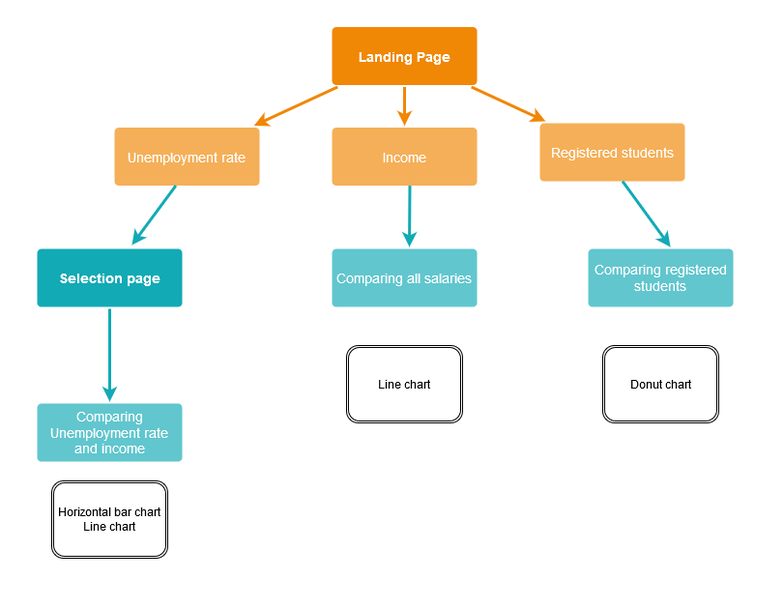
Moonwalker-CE/NextStep keeps this draw.io diagram as images/Untitled Diagram.png. Above is the earlier version. Source tidied: cells renumbered, new cells last; positions are measured from the earlier drawing's top-left corner, leaving out a move shared by most shapes. Its diagram source:
```xml
<mxGraphModel background="#ffffff">
  <root>
    <mxCell id="0" />
    <mxCell id="1" parent="0" />
    <mxCell id="2" value="Landing Page" style="rounded=1;whiteSpace=wrap;html=1;shadow=0;labelBackgroundColor=none;strokeColor=none;strokeWidth=3;fillColor=#F08705;fontFamily=Helvetica;fontSize=14;fontColor=#FFFFFF;align=center;spacing=5;fontStyle=1;arcSize=7;perimeterSpacing=2;" parent="1" vertex="1">
      <mxGeometry x="305" y="0.5" width="150" height="60" as="geometry" />
    </mxCell>
    <mxCell id="3" value="Registered students" style="rounded=1;whiteSpace=wrap;html=1;shadow=0;labelBackgroundColor=none;strokeColor=none;strokeWidth=3;fillColor=#f5af58;fontFamily=Helvetica;fontSize=14;fontColor=#FFFFFF;align=center;spacing=5;arcSize=7;perimeterSpacing=2;" parent="1" vertex="1">
      <mxGeometry x="520" y="100" width="150" height="60" as="geometry" />
    </mxCell>
    <mxCell id="4" style="edgeStyle=none;rounded=0;jumpStyle=none;html=1;shadow=0;labelBackgroundColor=none;startArrow=none;startFill=0;endArrow=classic;endFill=1;jettySize=auto;strokeColor=#F08705;strokeWidth=3;fontFamily=Helvetica;fontSize=14;fontColor=#FFFFFF;spacing=5;" parent="1" edge="1" source="2" target="3">
      <mxGeometry relative="1" as="geometry" />
    </mxCell>
    <mxCell id="5" value="Income" style="rounded=1;whiteSpace=wrap;html=1;shadow=0;labelBackgroundColor=none;strokeColor=none;strokeWidth=3;fillColor=#f5af58;fontFamily=Helvetica;fontSize=14;fontColor=#FFFFFF;align=center;spacing=5;arcSize=7;perimeterSpacing=2;" parent="1" vertex="1">
      <mxGeometry x="305" y="104.5" width="150" height="60" as="geometry" />
    </mxCell>
    <mxCell id="6" style="edgeStyle=none;rounded=0;jumpStyle=none;html=1;shadow=0;labelBackgroundColor=none;startArrow=none;startFill=0;endArrow=classic;endFill=1;jettySize=auto;strokeColor=#F08705;strokeWidth=3;fontFamily=Helvetica;fontSize=14;fontColor=#FFFFFF;spacing=5;" parent="1" edge="1" source="2" target="5">
      <mxGeometry relative="1" as="geometry" />
    </mxCell>
    <mxCell id="7" value="Unemployment rate" style="rounded=1;whiteSpace=wrap;html=1;shadow=0;labelBackgroundColor=none;strokeColor=none;strokeWidth=3;fillColor=#f5af58;fontFamily=Helvetica;fontSize=14;fontColor=#FFFFFF;align=center;spacing=5;arcSize=7;perimeterSpacing=2;" parent="1" vertex="1">
      <mxGeometry x="80" y="104.5" width="150" height="60" as="geometry" />
    </mxCell>
    <mxCell id="8" style="edgeStyle=none;rounded=0;jumpStyle=none;html=1;shadow=0;labelBackgroundColor=none;startArrow=none;startFill=0;endArrow=classic;endFill=1;jettySize=auto;strokeColor=#F08705;strokeWidth=3;fontFamily=Helvetica;fontSize=14;fontColor=#FFFFFF;spacing=5;" parent="1" edge="1" source="2" target="7">
      <mxGeometry relative="1" as="geometry" />
    </mxCell>
    <mxCell id="9" value="Selection page" style="rounded=1;whiteSpace=wrap;html=1;shadow=0;labelBackgroundColor=none;strokeColor=none;strokeWidth=3;fillColor=#12aab5;fontFamily=Helvetica;fontSize=14;fontColor=#FFFFFF;align=center;spacing=5;fontStyle=1;arcSize=7;perimeterSpacing=2;" parent="1" vertex="1">
      <mxGeometry y="230" width="150" height="60" as="geometry" />
    </mxCell>
    <mxCell id="10" value="Comparing Unemployment rate and income" style="rounded=1;whiteSpace=wrap;html=1;shadow=0;labelBackgroundColor=none;strokeColor=none;strokeWidth=3;fillColor=#61c6ce;fontFamily=Helvetica;fontSize=14;fontColor=#FFFFFF;align=center;spacing=5;fontStyle=0;arcSize=7;perimeterSpacing=2;" parent="1" vertex="1">
      <mxGeometry y="390" width="150" height="60" as="geometry" />
    </mxCell>
    <mxCell id="11" style="edgeStyle=none;rounded=1;jumpStyle=none;html=1;shadow=0;labelBackgroundColor=none;startArrow=none;startFill=0;jettySize=auto;strokeColor=#12AAB5;strokeWidth=3;fontFamily=Helvetica;fontSize=14;fontColor=#FFFFFF;spacing=5;fontStyle=1;fillColor=#b0e3e6;" parent="1" edge="1" source="9" target="10">
      <mxGeometry relative="1" as="geometry" />
    </mxCell>
    <mxCell id="12" style="edgeStyle=none;rounded=1;jumpStyle=none;html=1;shadow=0;labelBackgroundColor=none;startArrow=none;startFill=0;jettySize=auto;strokeColor=#12AAB5;strokeWidth=3;fontFamily=Helvetica;fontSize=14;fontColor=#FFFFFF;spacing=5;fontStyle=1;fillColor=#b0e3e6;entryX=0.649;entryY=-0.031;entryDx=0;entryDy=0;entryPerimeter=0;" parent="1" edge="1" target="9">
      <mxGeometry relative="1" as="geometry">
        <mxPoint x="143.4" y="164.5" as="sourcePoint" />
      </mxGeometry>
    </mxCell>
    <mxCell id="13" value="Comparing all salaries " style="rounded=1;whiteSpace=wrap;html=1;shadow=0;labelBackgroundColor=none;strokeColor=none;strokeWidth=3;fillColor=#61c6ce;fontFamily=Helvetica;fontSize=14;fontColor=#FFFFFF;align=center;spacing=5;fontStyle=0;arcSize=7;perimeterSpacing=2;" parent="1" vertex="1">
      <mxGeometry x="305" y="230" width="150" height="60" as="geometry" />
    </mxCell>
    <mxCell id="14" value="Comparing registered students" style="rounded=1;whiteSpace=wrap;html=1;shadow=0;labelBackgroundColor=none;strokeColor=none;strokeWidth=3;fillColor=#61c6ce;fontFamily=Helvetica;fontSize=14;fontColor=#FFFFFF;align=center;spacing=5;fontStyle=0;arcSize=7;perimeterSpacing=2;" parent="1" vertex="1">
      <mxGeometry x="570" y="230" width="150" height="60" as="geometry" />
    </mxCell>
    <mxCell id="15" style="edgeStyle=none;rounded=1;jumpStyle=none;html=1;shadow=0;labelBackgroundColor=none;startArrow=none;startFill=0;jettySize=auto;orthogonalLoop=1;strokeColor=#12AAB5;strokeWidth=3;fontFamily=Helvetica;fontSize=14;fontColor=#FFFFFF;spacing=5;fontStyle=1;fillColor=#b0e3e6;" parent="1" edge="1">
      <mxGeometry relative="1" as="geometry">
        <mxPoint x="385.5" y="164.5" as="sourcePoint" />
        <mxPoint x="385" y="228" as="targetPoint" />
      </mxGeometry>
    </mxCell>
    <mxCell id="16" style="edgeStyle=none;rounded=1;jumpStyle=none;html=1;shadow=0;labelBackgroundColor=none;startArrow=none;startFill=0;jettySize=auto;strokeColor=#12AAB5;strokeWidth=3;fontFamily=Helvetica;fontSize=14;fontColor=#FFFFFF;spacing=5;fontStyle=1;fillColor=#b0e3e6;entryX=0.565;entryY=0;entryDx=0;entryDy=0;entryPerimeter=0;" parent="1" edge="1" target="14">
      <mxGeometry relative="1" as="geometry">
        <mxPoint x="605.5" y="160" as="sourcePoint" />
      </mxGeometry>
    </mxCell>
    <mxCell id="17" value="&lt;div&gt;Horizontal bar chart&lt;/div&gt;&lt;div&gt;Line chart&lt;br&gt;&lt;/div&gt;" style="shape=ext;double=1;rounded=1;whiteSpace=wrap;html=1;" parent="1" vertex="1">
      <mxGeometry x="15" y="470" width="120" height="80" as="geometry" />
    </mxCell>
    <mxCell id="18" value="Line chart" style="shape=ext;double=1;rounded=1;whiteSpace=wrap;html=1;" parent="1" vertex="1">
      <mxGeometry x="320" y="330" width="120" height="80" as="geometry" />
    </mxCell>
    <mxCell id="19" value="Donut chart" style="shape=ext;double=1;rounded=1;whiteSpace=wrap;html=1;" parent="1" vertex="1">
      <mxGeometry x="585" y="330" width="120" height="80" as="geometry" />
    </mxCell>
  </root>
</mxGraphModel>
```
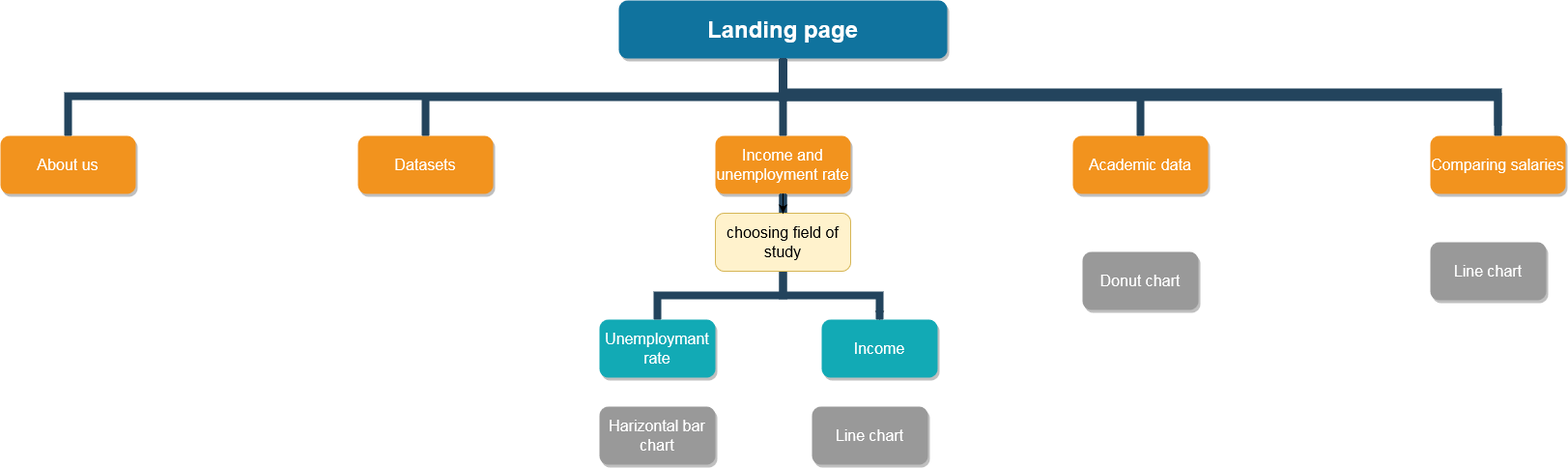
The same diagram one commit later.

The edit, as a diff of the source:
```diff
@@ -2,66 +2,86 @@
   <root>
     <mxCell id="0" />
     <mxCell id="1" parent="0" />
-    <mxCell id="2" value="Landing Page" style="rounded=1;whiteSpace=wrap;html=1;shadow=0;labelBackgroundColor=none;strokeColor=none;strokeWidth=3;fillColor=#F08705;fontFamily=Helvetica;fontSize=14;fontColor=#FFFFFF;align=center;spacing=5;fontStyle=1;arcSize=7;perimeterSpacing=2;" parent="1" vertex="1">
-      <mxGeometry x="305" y="0.5" width="150" height="60" as="geometry" />
-    </mxCell>
-    <mxCell id="3" value="Registered students" style="rounded=1;whiteSpace=wrap;html=1;shadow=0;labelBackgroundColor=none;strokeColor=none;strokeWidth=3;fillColor=#f5af58;fontFamily=Helvetica;fontSize=14;fontColor=#FFFFFF;align=center;spacing=5;arcSize=7;perimeterSpacing=2;" parent="1" vertex="1">
-      <mxGeometry x="520" y="100" width="150" height="60" as="geometry" />
-    </mxCell>
-    <mxCell id="4" style="edgeStyle=none;rounded=0;jumpStyle=none;html=1;shadow=0;labelBackgroundColor=none;startArrow=none;startFill=0;endArrow=classic;endFill=1;jettySize=auto;strokeColor=#F08705;strokeWidth=3;fontFamily=Helvetica;fontSize=14;fontColor=#FFFFFF;spacing=5;" parent="1" edge="1" source="2" target="3">
-      <mxGeometry relative="1" as="geometry" />
-    </mxCell>
+    <mxCell id="20" value="Landing page" style="whiteSpace=wrap;rounded=1;shadow=1;fillColor=#10739E;strokeColor=none;fontColor=#FFFFFF;fontStyle=1;fontSize=24;" parent="1" vertex="1">
+      <mxGeometry x="610" y="-170" width="340" height="60" as="geometry" />
+    </mxCell>
+    <mxCell id="21" value="About us" style="whiteSpace=wrap;rounded=1;fillColor=#F2931E;strokeColor=none;shadow=1;fontColor=#FFFFFF;fontStyle=0;fontSize=16;" parent="1" vertex="1">
+      <mxGeometry x="-30" y="-30" width="140" height="60" as="geometry" />
+    </mxCell>
+    <mxCell id="22" value="Datasets" style="whiteSpace=wrap;rounded=1;fillColor=#F2931E;strokeColor=none;shadow=1;fontColor=#FFFFFF;fontStyle=0;fontSize=16;" parent="1" vertex="1">
+      <mxGeometry x="340" y="-30" width="140" height="60" as="geometry" />
+    </mxCell>
+    <mxCell id="23" style="edgeStyle=orthogonalEdgeStyle;rounded=0;jettySize=auto;html=1;fontSize=16;fontStyle=0;" parent="1" edge="1" source="41" target="5">
+      <mxGeometry relative="1" as="geometry" />
+    </mxCell>
+    <mxCell id="24" value="Income and unemployment rate" style="whiteSpace=wrap;rounded=1;fillColor=#F2931E;strokeColor=none;shadow=1;fontColor=#FFFFFF;fontStyle=0;fontSize=16;" parent="1" vertex="1">
+      <mxGeometry x="710" y="-30" width="140" height="60" as="geometry" />
+    </mxCell>
+    <mxCell id="25" value="Academic data" style="whiteSpace=wrap;rounded=1;fillColor=#F2931E;strokeColor=none;shadow=1;fontColor=#FFFFFF;fontStyle=0;fontSize=16;" parent="1" vertex="1">
+      <mxGeometry x="1080" y="-30" width="140" height="60" as="geometry" />
+    </mxCell>
+    <mxCell id="26" value="Comparing salaries" style="whiteSpace=wrap;rounded=1;fillColor=#F2931E;strokeColor=none;shadow=1;fontColor=#FFFFFF;fontStyle=0;fontSize=16;" parent="1" vertex="1">
+      <mxGeometry x="1450" y="-30" width="140" height="60" as="geometry" />
+    </mxCell>
+    <mxCell id="27" value="Unemploymant rate" style="whiteSpace=wrap;rounded=1;fillColor=#12AAB5;strokeColor=none;shadow=1;fontColor=#FFFFFF;fontSize=16;fontStyle=0;" parent="1" vertex="1">
+      <mxGeometry x="590" y="160" width="120" height="60" as="geometry" />
+    </mxCell>
-    <mxCell id="5" value="Income" style="rounded=1;whiteSpace=wrap;html=1;shadow=0;labelBackgroundColor=none;strokeColor=none;strokeWidth=3;fillColor=#f5af58;fontFamily=Helvetica;fontSize=14;fontColor=#FFFFFF;align=center;spacing=5;arcSize=7;perimeterSpacing=2;" parent="1" vertex="1">
-      <mxGeometry x="305" y="104.5" width="150" height="60" as="geometry" />
+    <mxCell id="5" value="Income" style="whiteSpace=wrap;rounded=1;fillColor=#12AAB5;strokeColor=none;shadow=1;fontColor=#FFFFFF;fontSize=16;fontStyle=0;" parent="1" vertex="1">
+      <mxGeometry x="820" y="160" width="120" height="60" as="geometry" />
     </mxCell>
-    <mxCell id="6" style="edgeStyle=none;rounded=0;jumpStyle=none;html=1;shadow=0;labelBackgroundColor=none;startArrow=none;startFill=0;endArrow=classic;endFill=1;jettySize=auto;strokeColor=#F08705;strokeWidth=3;fontFamily=Helvetica;fontSize=14;fontColor=#FFFFFF;spacing=5;" parent="1" edge="1" source="2" target="5">
-      <mxGeometry relative="1" as="geometry" />
-    </mxCell>
-    <mxCell id="7" value="Unemployment rate" style="rounded=1;whiteSpace=wrap;html=1;shadow=0;labelBackgroundColor=none;strokeColor=none;strokeWidth=3;fillColor=#f5af58;fontFamily=Helvetica;fontSize=14;fontColor=#FFFFFF;align=center;spacing=5;arcSize=7;perimeterSpacing=2;" parent="1" vertex="1">
-      <mxGeometry x="80" y="104.5" width="150" height="60" as="geometry" />
-    </mxCell>
-    <mxCell id="8" style="edgeStyle=none;rounded=0;jumpStyle=none;html=1;shadow=0;labelBackgroundColor=none;startArrow=none;startFill=0;endArrow=classic;endFill=1;jettySize=auto;strokeColor=#F08705;strokeWidth=3;fontFamily=Helvetica;fontSize=14;fontColor=#FFFFFF;spacing=5;" parent="1" edge="1" source="2" target="7">
-      <mxGeometry relative="1" as="geometry" />
-    </mxCell>
-    <mxCell id="9" value="Selection page" style="rounded=1;whiteSpace=wrap;html=1;shadow=0;labelBackgroundColor=none;strokeColor=none;strokeWidth=3;fillColor=#12aab5;fontFamily=Helvetica;fontSize=14;fontColor=#FFFFFF;align=center;spacing=5;fontStyle=1;arcSize=7;perimeterSpacing=2;" parent="1" vertex="1">
-      <mxGeometry y="230" width="150" height="60" as="geometry" />
-    </mxCell>
-    <mxCell id="10" value="Comparing Unemployment rate and income" style="rounded=1;whiteSpace=wrap;html=1;shadow=0;labelBackgroundColor=none;strokeColor=none;strokeWidth=3;fillColor=#61c6ce;fontFamily=Helvetica;fontSize=14;fontColor=#FFFFFF;align=center;spacing=5;fontStyle=0;arcSize=7;perimeterSpacing=2;" parent="1" vertex="1">
-      <mxGeometry y="390" width="150" height="60" as="geometry" />
-    </mxCell>
-    <mxCell id="11" style="edgeStyle=none;rounded=1;jumpStyle=none;html=1;shadow=0;labelBackgroundColor=none;startArrow=none;startFill=0;jettySize=auto;strokeColor=#12AAB5;strokeWidth=3;fontFamily=Helvetica;fontSize=14;fontColor=#FFFFFF;spacing=5;fontStyle=1;fillColor=#b0e3e6;" parent="1" edge="1" source="9" target="10">
-      <mxGeometry relative="1" as="geometry" />
-    </mxCell>
-    <mxCell id="12" style="edgeStyle=none;rounded=1;jumpStyle=none;html=1;shadow=0;labelBackgroundColor=none;startArrow=none;startFill=0;jettySize=auto;strokeColor=#12AAB5;strokeWidth=3;fontFamily=Helvetica;fontSize=14;fontColor=#FFFFFF;spacing=5;fontStyle=1;fillColor=#b0e3e6;entryX=0.649;entryY=-0.031;entryDx=0;entryDy=0;entryPerimeter=0;" parent="1" edge="1" target="9">
-      <mxGeometry relative="1" as="geometry">
-        <mxPoint x="143.4" y="164.5" as="sourcePoint" />
-      </mxGeometry>
-    </mxCell>
-    <mxCell id="13" value="Comparing all salaries " style="rounded=1;whiteSpace=wrap;html=1;shadow=0;labelBackgroundColor=none;strokeColor=none;strokeWidth=3;fillColor=#61c6ce;fontFamily=Helvetica;fontSize=14;fontColor=#FFFFFF;align=center;spacing=5;fontStyle=0;arcSize=7;perimeterSpacing=2;" parent="1" vertex="1">
-      <mxGeometry x="305" y="230" width="150" height="60" as="geometry" />
-    </mxCell>
-    <mxCell id="14" value="Comparing registered students" style="rounded=1;whiteSpace=wrap;html=1;shadow=0;labelBackgroundColor=none;strokeColor=none;strokeWidth=3;fillColor=#61c6ce;fontFamily=Helvetica;fontSize=14;fontColor=#FFFFFF;align=center;spacing=5;fontStyle=0;arcSize=7;perimeterSpacing=2;" parent="1" vertex="1">
-      <mxGeometry x="570" y="230" width="150" height="60" as="geometry" />
-    </mxCell>
-    <mxCell id="15" style="edgeStyle=none;rounded=1;jumpStyle=none;html=1;shadow=0;labelBackgroundColor=none;startArrow=none;startFill=0;jettySize=auto;orthogonalLoop=1;strokeColor=#12AAB5;strokeWidth=3;fontFamily=Helvetica;fontSize=14;fontColor=#FFFFFF;spacing=5;fontStyle=1;fillColor=#b0e3e6;" parent="1" edge="1">
-      <mxGeometry relative="1" as="geometry">
-        <mxPoint x="385.5" y="164.5" as="sourcePoint" />
-        <mxPoint x="385" y="228" as="targetPoint" />
-      </mxGeometry>
-    </mxCell>
-    <mxCell id="16" style="edgeStyle=none;rounded=1;jumpStyle=none;html=1;shadow=0;labelBackgroundColor=none;startArrow=none;startFill=0;jettySize=auto;strokeColor=#12AAB5;strokeWidth=3;fontFamily=Helvetica;fontSize=14;fontColor=#FFFFFF;spacing=5;fontStyle=1;fillColor=#b0e3e6;entryX=0.565;entryY=0;entryDx=0;entryDy=0;entryPerimeter=0;" parent="1" edge="1" target="14">
-      <mxGeometry relative="1" as="geometry">
-        <mxPoint x="605.5" y="160" as="sourcePoint" />
-      </mxGeometry>
-    </mxCell>
-    <mxCell id="17" value="&lt;div&gt;Horizontal bar chart&lt;/div&gt;&lt;div&gt;Line chart&lt;br&gt;&lt;/div&gt;" style="shape=ext;double=1;rounded=1;whiteSpace=wrap;html=1;" parent="1" vertex="1">
-      <mxGeometry x="15" y="470" width="120" height="80" as="geometry" />
-    </mxCell>
-    <mxCell id="18" value="Line chart" style="shape=ext;double=1;rounded=1;whiteSpace=wrap;html=1;" parent="1" vertex="1">
-      <mxGeometry x="320" y="330" width="120" height="80" as="geometry" />
-    </mxCell>
+    <mxCell id="28" value="Harizontal bar chart" style="whiteSpace=wrap;rounded=1;fillColor=#999999;strokeColor=none;shadow=1;fontColor=#FFFFFF;fontStyle=0;fontSize=16;" parent="1" vertex="1">
+      <mxGeometry x="590" y="250" width="120" height="60" as="geometry" />
+    </mxCell>
+    <mxCell id="29" value="Line chart" style="whiteSpace=wrap;rounded=1;fillColor=#999999;strokeColor=none;shadow=1;fontColor=#FFFFFF;fontStyle=0;fontSize=16;" parent="1" vertex="1">
+      <mxGeometry x="810" y="250" width="120" height="60" as="geometry" />
+    </mxCell>
-    <mxCell id="19" value="Donut chart" style="shape=ext;double=1;rounded=1;whiteSpace=wrap;html=1;" parent="1" vertex="1">
-      <mxGeometry x="585" y="330" width="120" height="80" as="geometry" />
+    <mxCell id="19" value="Donut chart" style="whiteSpace=wrap;rounded=1;fillColor=#999999;strokeColor=none;shadow=1;fontColor=#FFFFFF;fontStyle=0;fontSize=16;" parent="1" vertex="1">
+      <mxGeometry x="1090" y="90" width="120" height="60" as="geometry" />
     </mxCell>
+    <mxCell id="30" value="Line chart" style="whiteSpace=wrap;rounded=1;fillColor=#999999;strokeColor=none;shadow=1;fontColor=#FFFFFF;fontStyle=0;fontSize=16;" parent="1" vertex="1">
+      <mxGeometry x="1450" y="80" width="120" height="60" as="geometry" />
+    </mxCell>
+    <mxCell id="31" style="edgeStyle=elbowEdgeStyle;elbow=vertical;rounded=0;fontColor=#000000;endArrow=none;endFill=0;strokeWidth=8;strokeColor=#23445D;fontSize=16;fontStyle=0;" parent="1" edge="1" source="41" target="27">
+      <mxGeometry relative="1" as="geometry" />
+    </mxCell>
+    <mxCell id="32" style="edgeStyle=elbowEdgeStyle;elbow=vertical;rounded=0;fontColor=#000000;endArrow=none;endFill=0;strokeWidth=8;strokeColor=#23445D;fontSize=16;fontStyle=0;" parent="1" edge="1" source="41" target="5">
+      <mxGeometry relative="1" as="geometry" />
+    </mxCell>
+    <mxCell id="33" style="edgeStyle=elbowEdgeStyle;elbow=vertical;rounded=0;fontColor=#000000;endArrow=none;endFill=0;strokeWidth=8;strokeColor=#23445D;fontSize=16;fontStyle=0;" parent="1" edge="1" source="20" target="21">
+      <mxGeometry relative="1" as="geometry">
+        <Array as="points">
+          <mxPoint x="240" y="-71" />
+        </Array>
+      </mxGeometry>
+    </mxCell>
+    <mxCell id="34" style="edgeStyle=elbowEdgeStyle;elbow=vertical;rounded=0;fontColor=#000000;endArrow=none;endFill=0;strokeWidth=8;strokeColor=#23445D;fontSize=16;fontStyle=0;" parent="1" edge="1" source="20" target="22">
+      <mxGeometry relative="1" as="geometry" />
+    </mxCell>
+    <mxCell id="35" style="edgeStyle=elbowEdgeStyle;elbow=vertical;rounded=0;fontColor=#000000;endArrow=none;endFill=0;strokeWidth=8;strokeColor=#23445D;fontSize=16;fontStyle=0;" parent="1" edge="1" source="20" target="24">
+      <mxGeometry relative="1" as="geometry" />
+    </mxCell>
+    <mxCell id="36" style="edgeStyle=elbowEdgeStyle;elbow=vertical;rounded=0;fontColor=#000000;endArrow=none;endFill=0;strokeWidth=8;strokeColor=#23445D;fontSize=16;fontStyle=0;" parent="1" edge="1" source="20" target="25">
+      <mxGeometry relative="1" as="geometry" />
+    </mxCell>
+    <mxCell id="37" style="edgeStyle=elbowEdgeStyle;elbow=vertical;rounded=0;fontColor=#000000;endArrow=none;endFill=0;strokeWidth=8;strokeColor=#23445D;fontSize=16;fontStyle=0;" parent="1" edge="1" source="20" target="26">
+      <mxGeometry relative="1" as="geometry" />
+    </mxCell>
+    <mxCell id="38" style="edgeStyle=elbowEdgeStyle;elbow=vertical;rounded=0;fontColor=#000000;endArrow=none;endFill=0;strokeWidth=8;strokeColor=#23445D;fontSize=16;fontStyle=0;" parent="1" edge="1" source="20">
+      <mxGeometry relative="1" as="geometry">
+        <mxPoint x="1520" y="-40" as="targetPoint" />
+      </mxGeometry>
+    </mxCell>
+    <mxCell id="39" style="edgeStyle=elbowEdgeStyle;elbow=vertical;rounded=0;fontColor=#000000;endArrow=none;endFill=0;strokeWidth=8;strokeColor=#23445D;fontSize=16;fontStyle=0;" parent="1" edge="1" source="24" target="41">
+      <mxGeometry relative="1" as="geometry" />
+    </mxCell>
+    <mxCell id="40" style="edgeStyle=elbowEdgeStyle;elbow=vertical;rounded=0;fontColor=#000000;endArrow=none;endFill=0;strokeWidth=8;strokeColor=#23445D;fontSize=16;fontStyle=0;" parent="1" edge="1" source="24" target="41">
+      <mxGeometry relative="1" as="geometry" />
+    </mxCell>
+    <mxCell id="41" value="&lt;font style=&quot;font-size: 16px&quot;&gt;choosing field of study&lt;br style=&quot;font-size: 16px;&quot;&gt;&lt;/font&gt;" style="whiteSpace=wrap;html=1;fillColor=#fff2cc;strokeColor=#d6b656;rounded=1;fontSize=16;fontStyle=0;" parent="1" vertex="1">
+      <mxGeometry x="710" y="50" width="140" height="60" as="geometry" />
+    </mxCell>
+    <mxCell id="42" style="edgeStyle=orthogonalEdgeStyle;rounded=0;jettySize=auto;html=1;fontSize=16;fontStyle=0;" parent="1" edge="1" source="24" target="41">
+      <mxGeometry relative="1" as="geometry" />
+    </mxCell>
   </root>
 </mxGraphModel>
```
